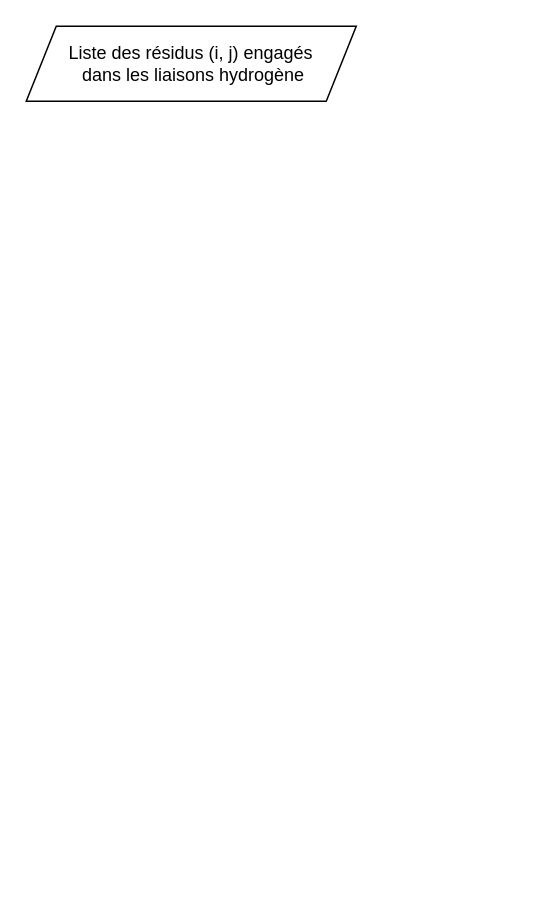
Above: page "Page-2" (2 of 2) of documents/flowcharts.drawio in mehdimunim/Helix-Analysis-Program (draw.io), before the change. Source tidied: cells renumbered, new cells numbered last; positions are measured from the earlier drawing's top-left corner, leaving out a move shared by most shapes. Both pictures are drawn from the tidied source at 150%, with x=0, y=0 at pixel (26, 26).
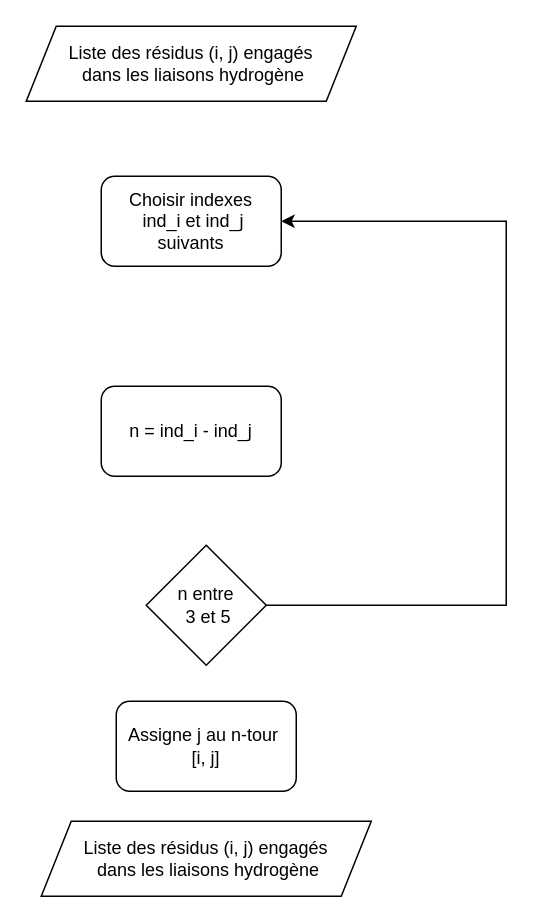
The same page after the edit.

Diff of the diagram source:
```diff
@@
 <mxGraphModel>
   <root>
     <mxCell id="0" />
     <mxCell id="1" parent="0" />
     <mxCell id="2" value="Liste des résidus (i, j) engagés&lt;br&gt;&amp;nbsp;dans les liaisons hydrogène" style="shape=parallelogram;perimeter=parallelogramPerimeter;whiteSpace=wrap;html=1;fixedSize=1;shadow=0;fillColor=none;fontSize=12;" parent="1" vertex="1">
       <mxGeometry width="220" height="50" as="geometry" />
     </mxCell>
+    <mxCell id="3" value="Choisir indexes&lt;br&gt;&amp;nbsp;ind_i et ind_j&lt;br&gt;suivants" style="rounded=1;whiteSpace=wrap;html=1;" parent="1" vertex="1">
+      <mxGeometry x="50" y="100" width="120" height="60" as="geometry" />
+    </mxCell>
+    <mxCell id="4" value="n = ind_i - ind_j" style="rounded=1;whiteSpace=wrap;html=1;" parent="1" vertex="1">
+      <mxGeometry x="50" y="240" width="120" height="60" as="geometry" />
+    </mxCell>
+    <mxCell id="5" style="edgeStyle=orthogonalEdgeStyle;rounded=0;jettySize=auto;html=1;entryX=1;entryY=0.5;entryDx=0;entryDy=0;" parent="1" edge="1" source="6" target="3">
+      <mxGeometry relative="1" as="geometry">
+        <Array as="points">
+          <mxPoint x="320" y="386" />
+          <mxPoint x="320" y="130" />
+        </Array>
+      </mxGeometry>
+    </mxCell>
+    <mxCell id="6" value="n entre&lt;br&gt;&amp;nbsp;3 et 5" style="rhombus;whiteSpace=wrap;html=1;" parent="1" vertex="1">
+      <mxGeometry x="80" y="346" width="80" height="80" as="geometry" />
+    </mxCell>
+    <mxCell id="7" value="Assigne j au n-tour&amp;nbsp;&lt;br&gt;[i, j]" style="rounded=1;whiteSpace=wrap;html=1;" parent="1" vertex="1">
+      <mxGeometry x="60" y="450" width="120" height="60" as="geometry" />
+    </mxCell>
+    <mxCell id="8" value="Liste des résidus (i, j) engagés&lt;br&gt;&amp;nbsp;dans les liaisons hydrogène" style="shape=parallelogram;perimeter=parallelogramPerimeter;whiteSpace=wrap;html=1;fixedSize=1;shadow=0;fillColor=none;fontSize=12;" parent="1" vertex="1">
+      <mxGeometry x="10" y="530" width="220" height="50" as="geometry" />
+    </mxCell>
   </root>
 </mxGraphModel>
```
